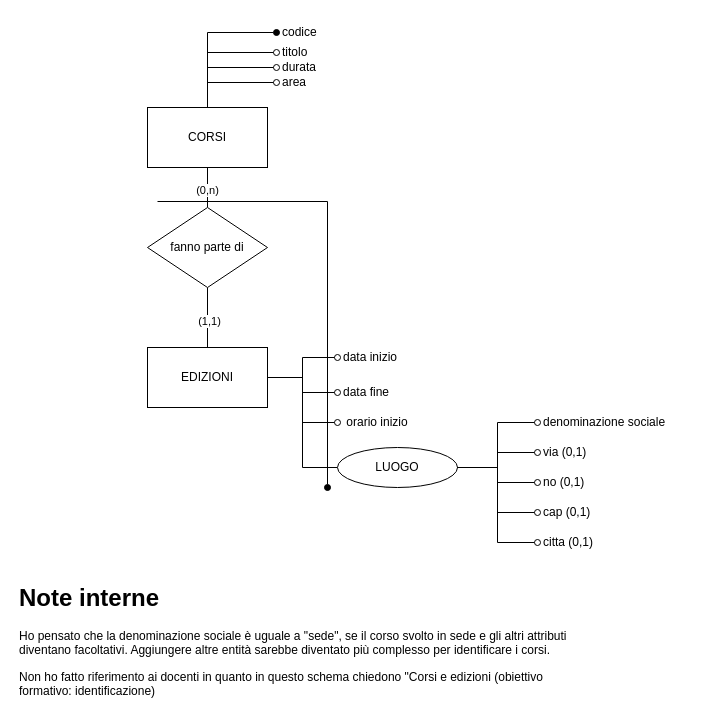
RaphyJake/Basi-di-dati keeps this draw.io diagram as page "Esercizio_1" (1 of 4) of 02_societa_formazione/schema.drawio. Above is the earlier version. Source tidied: cells renumbered, new cells numbered last; positions are measured from the earlier drawing's top-left corner, leaving out a move shared by most shapes. Both pictures are drawn from the tidied source at 100%, with x=0, y=0 at pixel (17, 17).
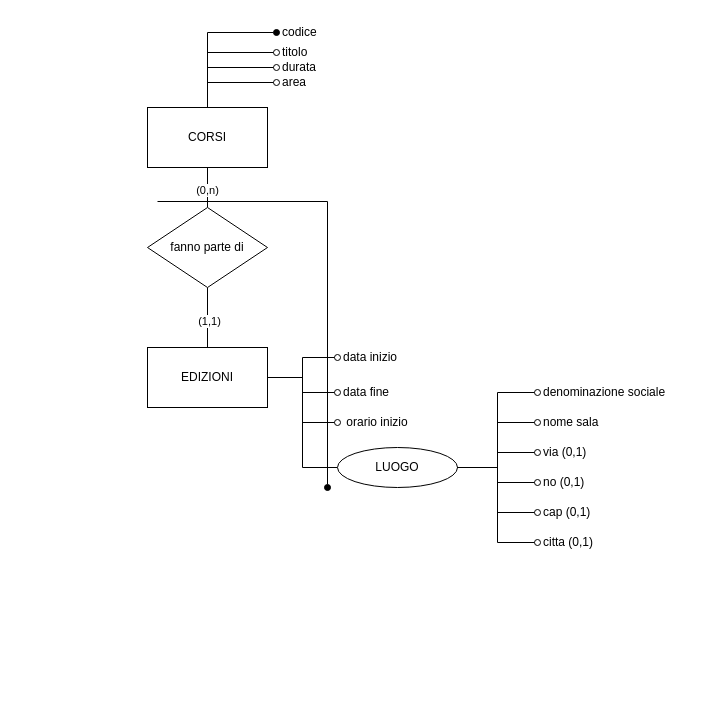
Above is the later version.

Commit message (it also covers changes not shown here):
revisione schema, integrazione documentazione

The change refers to these unchanged cells:
```xml
<mxCell id="25" value="LUOGO" style="ellipse;whiteSpace=wrap;html=1;" parent="1" vertex="1">
  <mxGeometry x="320" y="430" width="120" height="40" as="geometry" />
</mxCell>
```

Diff of the diagram source:
```diff
@@
     <mxCell id="27" value="denominazione sociale" style="text;html=1;align=left;verticalAlign=middle;whiteSpace=wrap;rounded=0;spacingLeft=4;" parent="1" vertex="1">
-      <mxGeometry x="520" y="390" width="160" height="30" as="geometry" />
+      <mxGeometry x="520" y="360" width="160" height="30" as="geometry" />
     </mxCell>
@@
-    <mxCell id="36" value="&lt;h1 style=&quot;margin-top: 0px;&quot;&gt;Note interne&lt;/h1&gt;&lt;p&gt;Ho pensato che la denominazione sociale è uguale a &quot;sede&quot;, se il corso svolto in sede e gli altri attributi diventano facoltativi. Aggiungere altre entità sarebbe diventato più complesso per identificare i corsi.&lt;/p&gt;&lt;p&gt;Non ho fatto riferimento ai docenti in quanto in questo schema chiedono &quot;&lt;span style=&quot;background-color: transparent;&quot;&gt;Corsi e edizioni&amp;nbsp;&lt;/span&gt;&lt;span style=&quot;background-color: transparent; color: light-dark(rgb(0, 0, 0), rgb(255, 255, 255));&quot;&gt;(obiettivo formativo: identificazione)&lt;/span&gt;&lt;/p&gt;" style="text;html=1;whiteSpace=wrap;overflow=hidden;rounded=0;" parent="1" vertex="1">
-      <mxGeometry y="560" width="560" height="130" as="geometry" />
-    </mxCell>
+    <mxCell id="37" style="edgeStyle=orthogonalEdgeStyle;rounded=0;jettySize=auto;html=1;endArrow=oval;endFill=0;exitX=1;exitY=0.5;exitDx=0;exitDy=0;entryX=0;entryY=0.5;entryDx=0;entryDy=0;" parent="1" edge="1" source="25" target="38">
+      <mxGeometry relative="1" as="geometry" />
+    </mxCell>
+    <mxCell id="38" value="nome sala" style="text;html=1;align=left;verticalAlign=middle;whiteSpace=wrap;rounded=0;spacingLeft=4;" parent="1" vertex="1">
+      <mxGeometry x="520" y="390" width="90" height="30" as="geometry" />
+    </mxCell>
```
